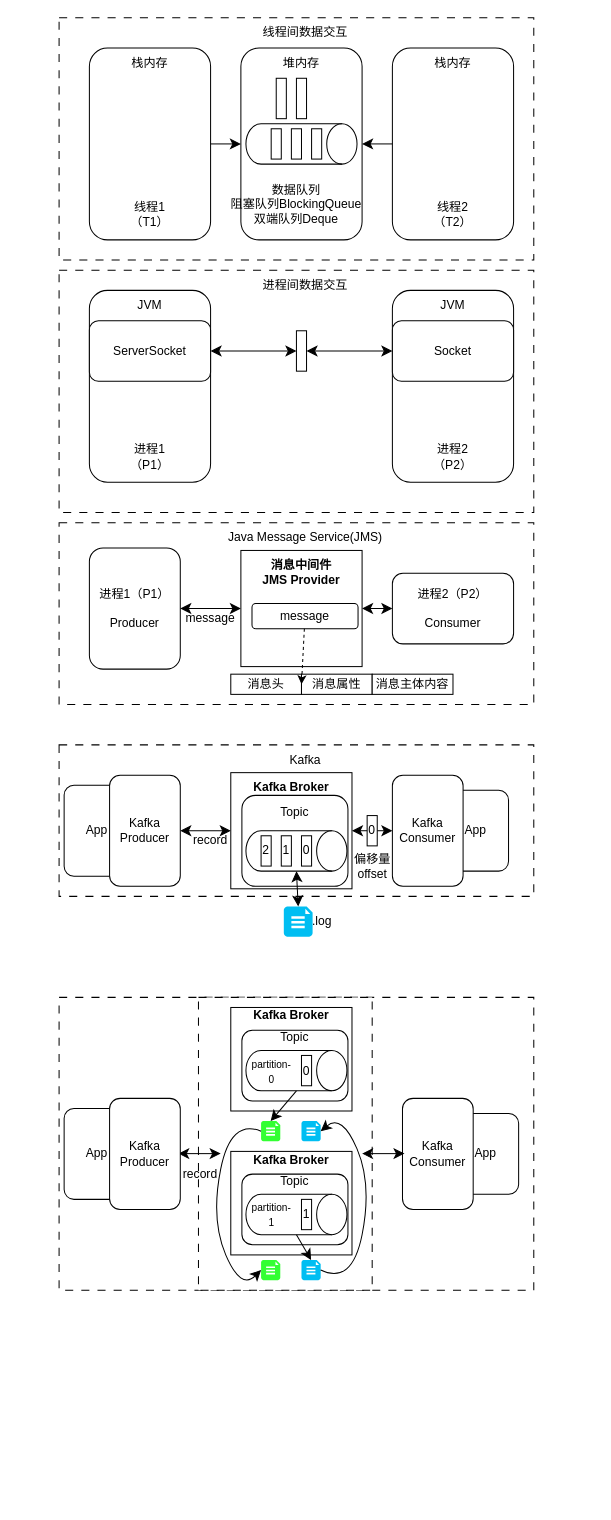
fenwickxie/flowchart keeps this draw.io diagram as 数据交互.drawio. Above is the earlier version. Source tidied: cells renumbered, new cells numbered last; positions are measured from the earlier drawing's top-left corner, leaving out a move shared by most shapes. Both pictures are drawn from the tidied source at 101%, with x=0, y=0 at pixel (59, 17).
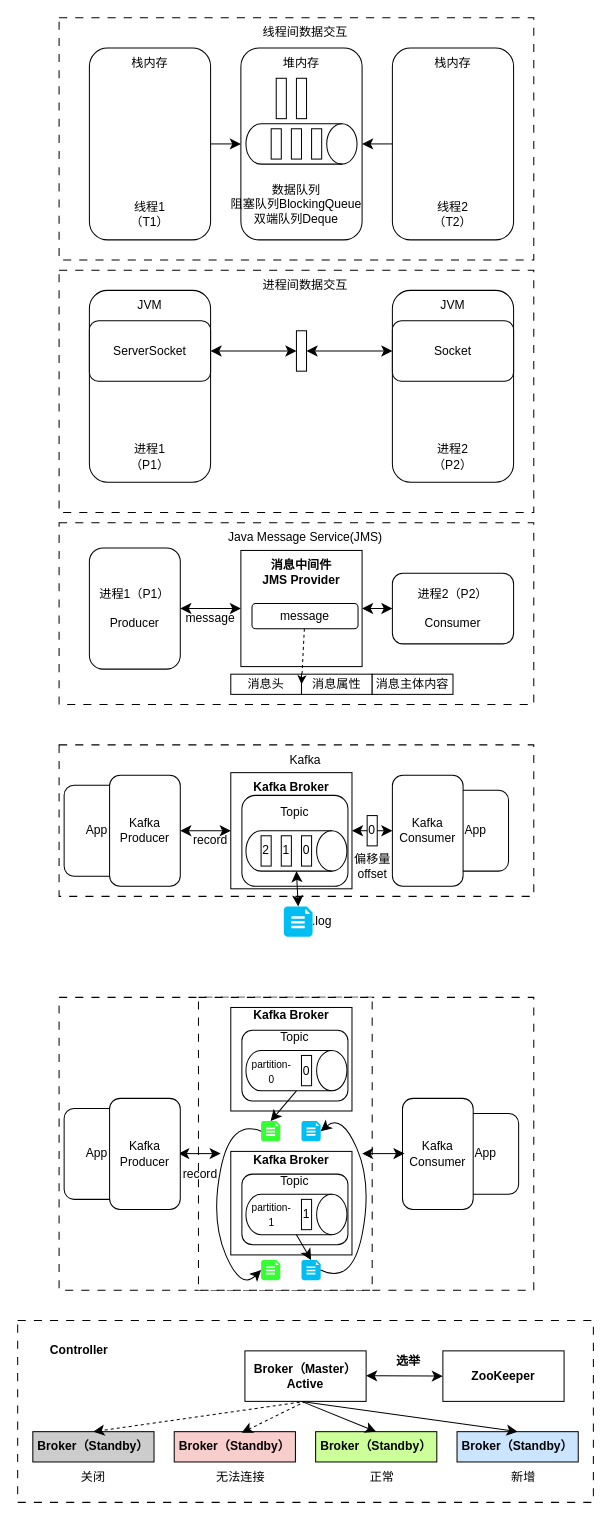
The same page after the edit.

Commit message:
更新数据交互.drawio

The edit, as a diff of the source:
```diff
@@
+    <mxCell id="94" style="rounded=0;whiteSpace=wrap;html=1;dashed=1;dashPattern=8 8;align=left;" parent="1" vertex="1">
+      <mxGeometry x="-41" y="1290" width="570" height="180" as="geometry" />
+    </mxCell>
@@
+    <mxCell id="95" value="&lt;div&gt;&lt;div&gt;&lt;b&gt;Broker（Master）&lt;br&gt;Active&lt;/b&gt;&lt;/div&gt;&lt;/div&gt;" style="rounded=0;whiteSpace=wrap;html=1;" parent="1" vertex="1">
+      <mxGeometry x="184" y="1320" width="120" height="50" as="geometry" />
+    </mxCell>
+    <mxCell id="96" value="&lt;b&gt;Broker（Standby）&lt;br&gt;&lt;/b&gt;" style="rounded=0;whiteSpace=wrap;html=1;fillColor=#CCCCCC;" parent="1" vertex="1">
+      <mxGeometry x="-26" y="1400" width="120" height="30" as="geometry" />
+    </mxCell>
+    <mxCell id="97" value="&lt;b&gt;Broker（Standby）&lt;/b&gt;" style="rounded=0;whiteSpace=wrap;html=1;fillColor=#F8CECC;" parent="1" vertex="1">
+      <mxGeometry x="114" y="1400" width="120" height="30" as="geometry" />
+    </mxCell>
+    <mxCell id="98" value="&lt;b&gt;Broker（Standby）&lt;/b&gt;" style="rounded=0;whiteSpace=wrap;html=1;fillColor=#CCFF99;" parent="1" vertex="1">
+      <mxGeometry x="254" y="1400" width="120" height="30" as="geometry" />
+    </mxCell>
+    <mxCell id="99" value="&lt;b&gt;Broker（Standby）&lt;/b&gt;" style="rounded=0;whiteSpace=wrap;html=1;fillColor=#CCE5FF;" parent="1" vertex="1">
+      <mxGeometry x="394" y="1400" width="120" height="30" as="geometry" />
+    </mxCell>
+    <mxCell id="100" value="关闭" style="text;html=1;align=center;verticalAlign=middle;whiteSpace=wrap;rounded=0;" parent="1" vertex="1">
+      <mxGeometry x="4" y="1430" width="60" height="30" as="geometry" />
+    </mxCell>
+    <mxCell id="101" value="无法连接" style="text;html=1;align=center;verticalAlign=middle;whiteSpace=wrap;rounded=0;" parent="1" vertex="1">
+      <mxGeometry x="150" y="1430" width="60" height="30" as="geometry" />
+    </mxCell>
+    <mxCell id="102" value="正常" style="text;html=1;align=center;verticalAlign=middle;whiteSpace=wrap;rounded=0;" parent="1" vertex="1">
+      <mxGeometry x="290" y="1430" width="60" height="30" as="geometry" />
+    </mxCell>
+    <mxCell id="103" value="新增" style="text;html=1;align=center;verticalAlign=middle;whiteSpace=wrap;rounded=0;" parent="1" vertex="1">
+      <mxGeometry x="430" y="1430" width="60" height="30" as="geometry" />
+    </mxCell>
+    <mxCell id="104" style="endArrow=classic;startArrow=none;html=1;rounded=0;fontSize=12;startSize=8;endSize=8;curved=1;exitX=0.5;exitY=1;exitDx=0;exitDy=0;entryX=0.5;entryY=0;entryDx=0;entryDy=0;startFill=0;dashed=1;" parent="1" edge="1" source="95" target="96">
+      <mxGeometry relative="1" as="geometry" />
+    </mxCell>
+    <mxCell id="105" style="endArrow=classic;startArrow=none;html=1;rounded=0;fontSize=12;startSize=8;endSize=8;curved=1;exitX=0.5;exitY=1;exitDx=0;exitDy=0;entryX=0.558;entryY=0.033;entryDx=0;entryDy=0;startFill=0;dashed=1;entryPerimeter=0;" parent="1" edge="1" source="95" target="97">
+      <mxGeometry relative="1" as="geometry" />
+    </mxCell>
+    <mxCell id="106" style="endArrow=classic;startArrow=none;html=1;rounded=0;fontSize=12;startSize=8;endSize=8;curved=1;entryX=0.5;entryY=0;entryDx=0;entryDy=0;startFill=0;" parent="1" edge="1" target="98">
+      <mxGeometry relative="1" as="geometry">
+        <mxPoint x="240" y="1370" as="sourcePoint" />
+      </mxGeometry>
+    </mxCell>
+    <mxCell id="107" style="endArrow=classic;startArrow=none;html=1;rounded=0;fontSize=12;startSize=8;endSize=8;curved=1;entryX=0.5;entryY=0;entryDx=0;entryDy=0;startFill=0;" parent="1" edge="1" target="99">
+      <mxGeometry relative="1" as="geometry">
+        <mxPoint x="240" y="1370" as="sourcePoint" />
+      </mxGeometry>
+    </mxCell>
+    <mxCell id="108" value="Controller" style="text;html=1;whiteSpace=wrap;strokeColor=none;fillColor=none;align=center;verticalAlign=middle;rounded=0;fontStyle=1;" parent="1" vertex="1">
+      <mxGeometry x="-30" y="1300" width="100" height="40" as="geometry" />
+    </mxCell>
+    <mxCell id="109" value="&lt;div&gt;&lt;div&gt;&lt;b&gt;ZooKeeper&lt;/b&gt;&lt;/div&gt;&lt;/div&gt;" style="rounded=0;whiteSpace=wrap;html=1;" parent="1" vertex="1">
+      <mxGeometry x="380" y="1320" width="120" height="50" as="geometry" />
+    </mxCell>
+    <mxCell id="110" style="endArrow=classic;startArrow=classic;html=1;rounded=0;fontSize=12;startSize=8;endSize=8;curved=1;exitX=1;exitY=0.5;exitDx=0;exitDy=0;entryX=0;entryY=0.5;entryDx=0;entryDy=0;" parent="1" edge="1" target="109">
+      <mxGeometry relative="1" as="geometry">
+        <mxPoint x="304" y="1344.7" as="sourcePoint" />
+      </mxGeometry>
+    </mxCell>
+    <mxCell id="111" value="选举" style="text;html=1;whiteSpace=wrap;strokeColor=none;fillColor=none;align=center;verticalAlign=middle;rounded=0;fontStyle=1;" parent="1" vertex="1">
+      <mxGeometry x="296" y="1310" width="100" height="40" as="geometry" />
+    </mxCell>
```
